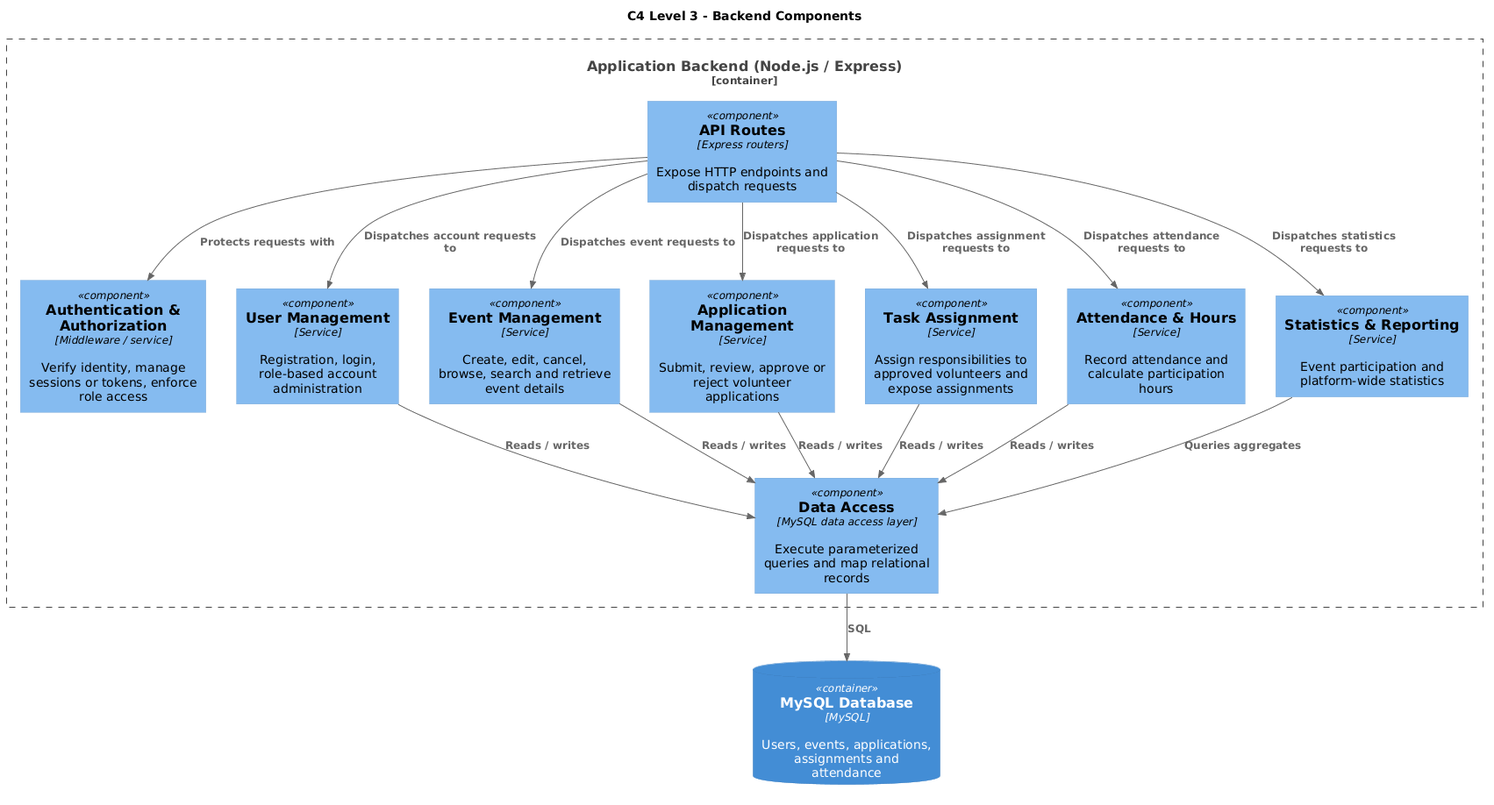
Above: uml/rendered/component.png in LeenQasem/SE-project-group8 (PlantUML), before the change. Its source is kept beside it as uml/component.puml.
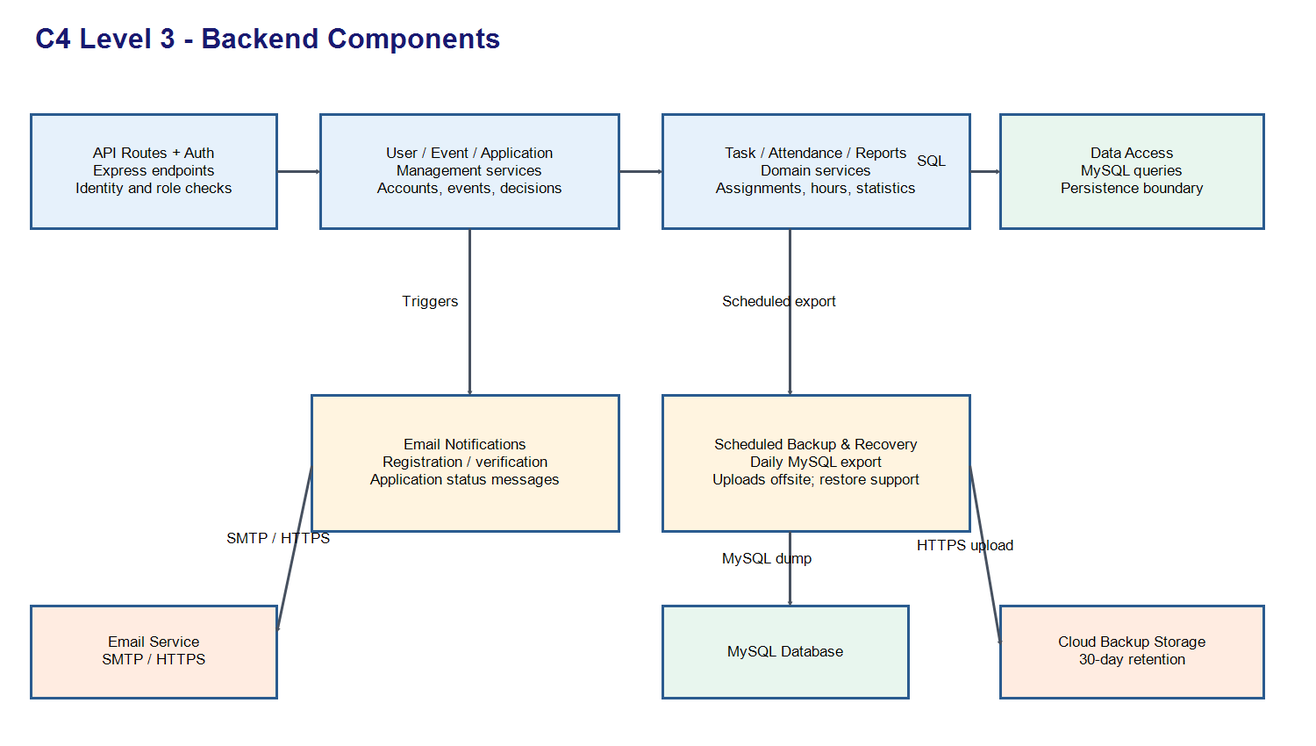
After the commit.

Diff of the diagram source:
```diff
@@ -1,7 +1,9 @@
 @startuml component
 !define C4P https://raw.githubusercontent.com/plantuml-stdlib/C4-PlantUML/master
 !includeurl C4P/C4_Component.puml
- title C4 Level 3 - Backend Components
+ title C4 Level 3 - Backend Components and External Integrations
+System_Ext(email, "Email Service", "SMTP / HTTPS delivery provider")
+System_Ext(backup, "Cloud Backup Storage", "HTTPS offsite backup repository; 30-day retention")
 Container_Boundary(api, "Application Backend (Node.js / Express)") {
  Component(routes, "API Routes", "Express routers", "Expose HTTP endpoints and dispatch requests")
  Component(auth, "Authentication & Authorization", "Middleware / service", "Verify identity, manage sessions or tokens, enforce role access")
@@ -12,8 +14,10 @@
  Component(attendance, "Attendance & Hours", "Service", "Record attendance and calculate participation hours")
  Component(reports, "Statistics & Reporting", "Service", "Event participation and platform-wide statistics")
  Component(persistence, "Data Access", "MySQL data access layer", "Execute parameterized queries and map relational records")
+ Component(notifications, "Email Notifications", "Backend integration", "Trigger registration/verification and application decision messages")
+ Component(backupJob, "Scheduled Backup & Recovery", "Background process", "Create automated daily MySQL backup exports, upload offsite, and support restoration procedure")
 }
-ContainerDb(db, "MySQL Database", "MySQL", "Users, events, applications, assignments and attendance")
+ContainerDb(db, "MySQL Database", "MySQL", "Application data: users, events, applications, assignments and attendance")
 Rel(routes, auth, "Protects requests with")
 Rel(routes, users, "Dispatches account requests to")
 Rel(routes, events, "Dispatches event requests to")
@@ -27,5 +31,10 @@
 Rel(assignments, persistence, "Reads / writes")
 Rel(attendance, persistence, "Reads / writes")
 Rel(reports, persistence, "Queries aggregates")
+Rel(applications, notifications, "Triggers application status email after decision")
+Rel(users, notifications, "Triggers registration/verification email")
+Rel(notifications, email, "Sends email", "SMTP / HTTPS")
+Rel(backupJob, db, "Exports MySQL data daily", "MySQL dump")
+Rel(backupJob, backup, "Uploads offsite backup; configured retention >= 30 days", "HTTPS")
 Rel(persistence, db, "SQL")
 @enduml
```
